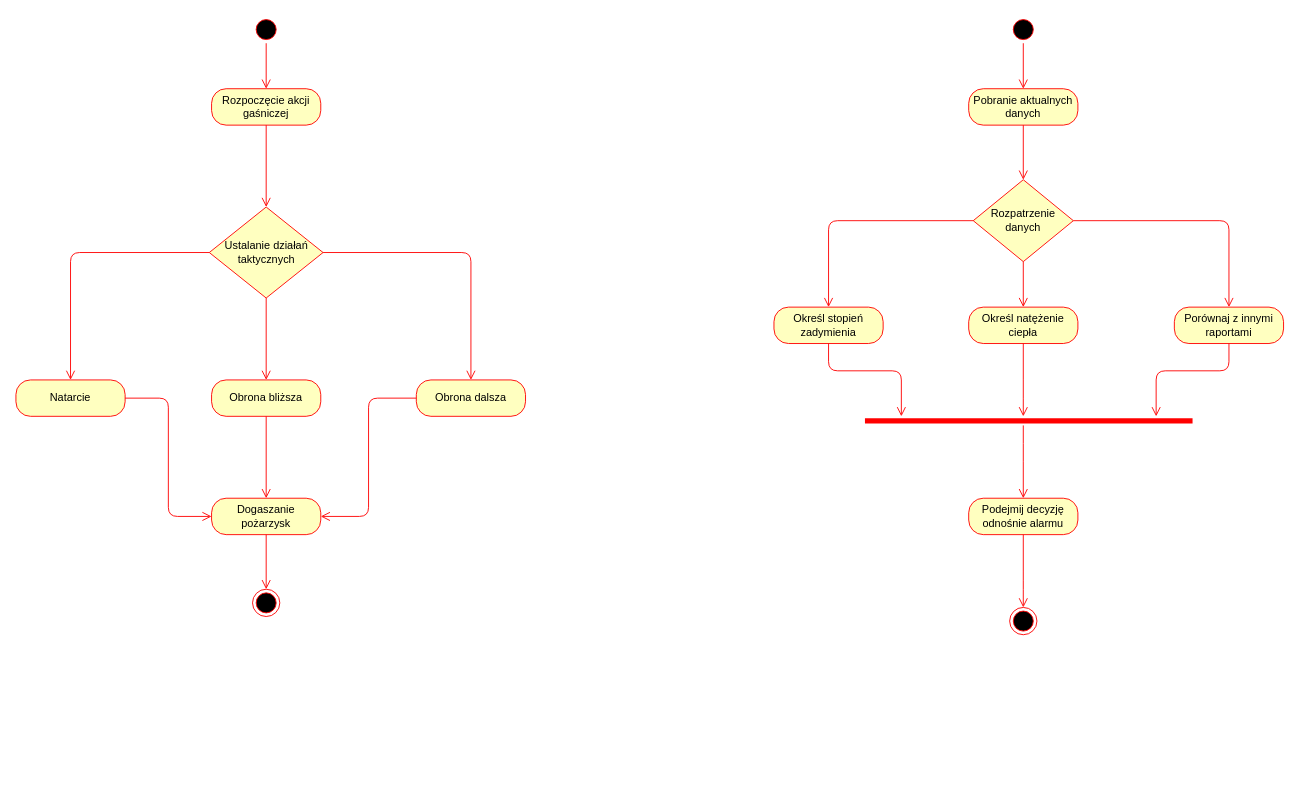
The draw.io diagram page "aktywności" (5 of 5) of uml_pozar_lasu.drawio in broniuu/projekt_inzynieria, before the edit. Source tidied: cells renumbered, new cells numbered last; positions are measured from the earlier drawing's top-left corner, leaving out a move shared by most shapes. Both pictures are drawn from the tidied source at 91%, with x=0, y=0 at pixel (15, 15).
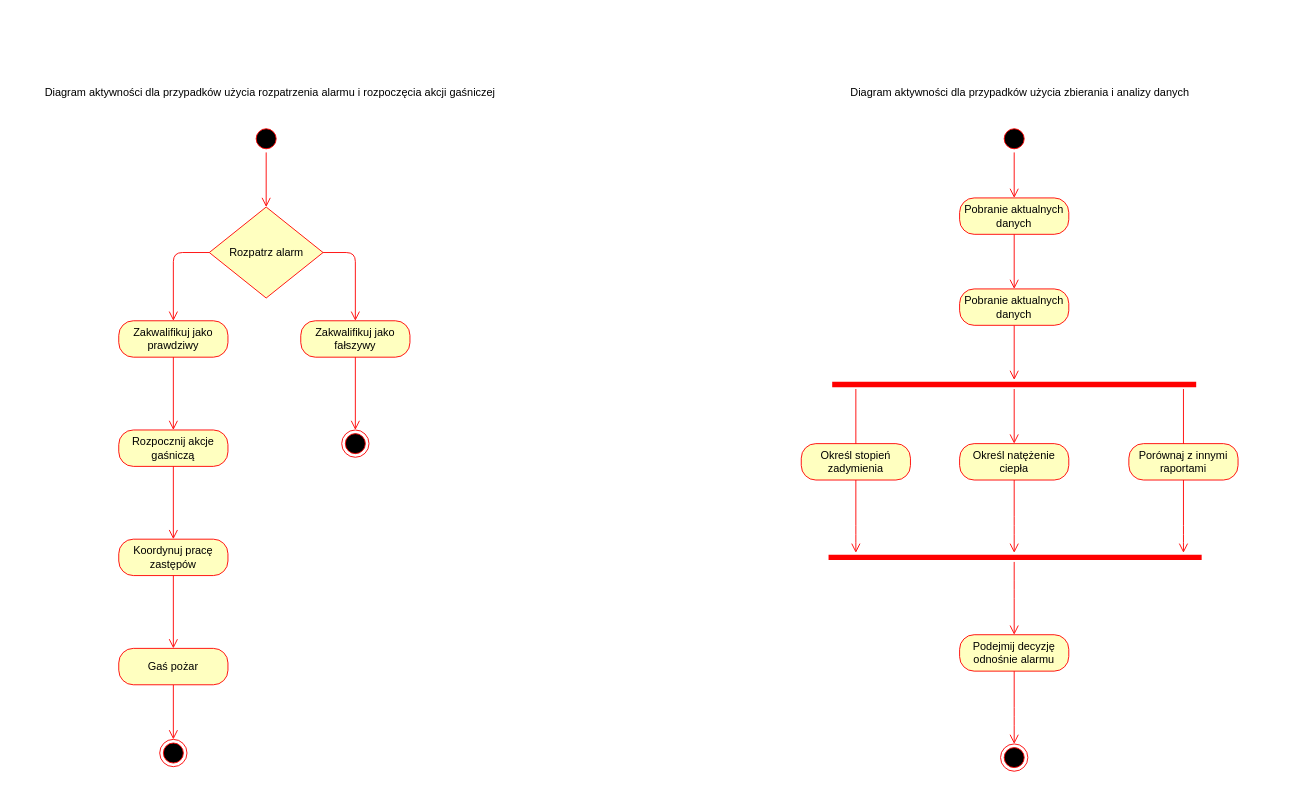
Above is the later version.

Commit message (it also covers changes not shown here):
Poprawa diagramów aktywności

Diff of the diagram source:
```diff
@@
     <mxCell id="2" style="ellipse;html=1;shape=startState;fillColor=#000000;strokeColor=#ff0000;" parent="1" vertex="1">
-      <mxGeometry x="260" width="30" height="30" as="geometry" />
+      <mxGeometry x="260" y="120" width="30" height="30" as="geometry" />
     </mxCell>
-    <mxCell id="3" style="edgeStyle=orthogonalEdgeStyle;html=1;verticalAlign=bottom;endArrow=open;endSize=8;strokeColor=#ff0000;entryX=0.5;entryY=0;entryDx=0;entryDy=0;" parent="1" edge="1" source="2" target="4">
+    <mxCell id="3" style="edgeStyle=orthogonalEdgeStyle;html=1;verticalAlign=bottom;endArrow=open;endSize=8;strokeColor=#ff0000;entryX=0.5;entryY=0;entryDx=0;entryDy=0;" parent="1" edge="1" source="2" target="6">
       <mxGeometry relative="1" as="geometry" />
     </mxCell>
-    <mxCell id="4" value="Rozpoczęcie akcji gaśniczej" style="rounded=1;whiteSpace=wrap;html=1;arcSize=40;fontColor=#000000;fillColor=#ffffc0;strokeColor=#ff0000;" parent="1" vertex="1">
-      <mxGeometry x="215" y="80" width="120" height="40" as="geometry" />
-    </mxCell>
-    <mxCell id="5" style="edgeStyle=orthogonalEdgeStyle;html=1;verticalAlign=bottom;endArrow=open;endSize=8;strokeColor=#ff0000;entryX=0.5;entryY=0;entryDx=0;entryDy=0;" parent="1" edge="1" source="4" target="6">
-      <mxGeometry relative="1" as="geometry" />
-    </mxCell>
-    <mxCell id="6" value="Ustalanie działań taktycznych" style="rhombus;whiteSpace=wrap;html=1;fillColor=#ffffc0;strokeColor=#ff0000;fontColor=#000000;" parent="1" vertex="1">
+    <mxCell id="6" value="Rozpatrz alarm" style="rhombus;whiteSpace=wrap;html=1;fillColor=#ffffc0;strokeColor=#ff0000;fontColor=#000000;" parent="1" vertex="1">
       <mxGeometry x="212.5" y="210" width="125" height="100" as="geometry" />
     </mxCell>
     <mxCell id="7" style="edgeStyle=orthogonalEdgeStyle;html=1;align=left;verticalAlign=bottom;endArrow=open;endSize=8;strokeColor=#ff0000;entryX=0.5;entryY=0;entryDx=0;entryDy=0;exitX=1;exitY=0.5;exitDx=0;exitDy=0;" parent="1" edge="1" source="6" target="15">
       <mxGeometry x="-1" relative="1" as="geometry">
         <Array as="points">
-          <mxPoint x="500" y="260" />
+          <mxPoint x="373" y="260" />
         </Array>
       </mxGeometry>
     </mxCell>
-    <mxCell id="8" style="edgeStyle=orthogonalEdgeStyle;html=1;align=left;verticalAlign=top;endArrow=open;endSize=8;strokeColor=#ff0000;entryX=0.5;entryY=0;entryDx=0;entryDy=0;" parent="1" edge="1" source="6" target="13">
-      <mxGeometry x="-1" relative="1" as="geometry" />
-    </mxCell>
     <mxCell id="9" style="ellipse;html=1;shape=endState;fillColor=#000000;strokeColor=#ff0000;" parent="1" vertex="1">
-      <mxGeometry x="260" y="630" width="30" height="30" as="geometry" />
+      <mxGeometry x="158" y="795" width="30" height="30" as="geometry" />
     </mxCell>
     <mxCell id="10" style="edgeStyle=orthogonalEdgeStyle;html=1;align=left;verticalAlign=top;endArrow=open;endSize=8;strokeColor=#ff0000;exitX=0;exitY=0.5;exitDx=0;exitDy=0;entryX=0.5;entryY=0;entryDx=0;entryDy=0;" parent="1" edge="1" source="6" target="11">
       <mxGeometry x="-1" relative="1" as="geometry">
         <Array as="points">
-          <mxPoint x="60" y="260" />
+          <mxPoint x="173" y="260" />
         </Array>
       </mxGeometry>
     </mxCell>
-    <mxCell id="11" value="Natarcie" style="rounded=1;whiteSpace=wrap;html=1;arcSize=40;fontColor=#000000;fillColor=#ffffc0;strokeColor=#ff0000;" parent="1" vertex="1">
-      <mxGeometry y="400" width="120" height="40" as="geometry" />
+    <mxCell id="11" value="Zakwalifikuj jako prawdziwy" style="rounded=1;whiteSpace=wrap;html=1;arcSize=40;fontColor=#000000;fillColor=#ffffc0;strokeColor=#ff0000;" parent="1" vertex="1">
+      <mxGeometry x="113" y="335" width="120" height="40" as="geometry" />
     </mxCell>
-    <mxCell id="12" style="edgeStyle=orthogonalEdgeStyle;html=1;verticalAlign=bottom;endArrow=open;endSize=8;strokeColor=#ff0000;fontColor=#000000;entryX=0;entryY=0.5;entryDx=0;entryDy=0;" parent="1" edge="1" source="11" target="17">
+    <mxCell id="12" style="edgeStyle=orthogonalEdgeStyle;html=1;verticalAlign=bottom;endArrow=open;endSize=8;strokeColor=#ff0000;fontColor=#000000;entryX=0.5;entryY=0;entryDx=0;entryDy=0;" parent="1" edge="1" source="11" target="17">
       <mxGeometry relative="1" as="geometry" />
     </mxCell>
-    <mxCell id="13" value="Obrona bliższa" style="rounded=1;whiteSpace=wrap;html=1;arcSize=40;fontColor=#000000;fillColor=#ffffc0;strokeColor=#ff0000;" parent="1" vertex="1">
-      <mxGeometry x="215" y="400" width="120" height="40" as="geometry" />
-    </mxCell>
-    <mxCell id="14" style="edgeStyle=orthogonalEdgeStyle;html=1;verticalAlign=bottom;endArrow=open;endSize=8;strokeColor=#ff0000;fontColor=#000000;entryX=0.5;entryY=0;entryDx=0;entryDy=0;" parent="1" edge="1" source="13" target="17">
-      <mxGeometry relative="1" as="geometry" />
-    </mxCell>
-    <mxCell id="15" value="Obrona dalsza" style="rounded=1;whiteSpace=wrap;html=1;arcSize=40;fontColor=#000000;fillColor=#ffffc0;strokeColor=#ff0000;" parent="1" vertex="1">
-      <mxGeometry x="440" y="400" width="120" height="40" as="geometry" />
+    <mxCell id="15" value="Zakwalifikuj jako fałszywy" style="rounded=1;whiteSpace=wrap;html=1;arcSize=40;fontColor=#000000;fillColor=#ffffc0;strokeColor=#ff0000;" parent="1" vertex="1">
+      <mxGeometry x="313" y="335" width="120" height="40" as="geometry" />
     </mxCell>
-    <mxCell id="16" style="edgeStyle=orthogonalEdgeStyle;html=1;verticalAlign=bottom;endArrow=open;endSize=8;strokeColor=#ff0000;entryX=1;entryY=0.5;entryDx=0;entryDy=0;" parent="1" edge="1" source="15" target="17">
-      <mxGeometry relative="1" as="geometry" />
-    </mxCell>
-    <mxCell id="17" value="Dogaszanie pożarzysk" style="rounded=1;whiteSpace=wrap;html=1;arcSize=40;fontColor=#000000;fillColor=#ffffc0;strokeColor=#ff0000;" parent="1" vertex="1">
-      <mxGeometry x="215" y="530" width="120" height="40" as="geometry" />
+    <mxCell id="17" value="Rozpocznij akcje gaśniczą" style="rounded=1;whiteSpace=wrap;html=1;arcSize=40;fontColor=#000000;fillColor=#ffffc0;strokeColor=#ff0000;" parent="1" vertex="1">
+      <mxGeometry x="113" y="455" width="120" height="40" as="geometry" />
     </mxCell>
-    <mxCell id="18" style="edgeStyle=orthogonalEdgeStyle;html=1;verticalAlign=bottom;endArrow=open;endSize=8;strokeColor=#ff0000;entryX=0.5;entryY=0;entryDx=0;entryDy=0;" parent="1" edge="1" source="17" target="9">
+    <mxCell id="18" style="edgeStyle=orthogonalEdgeStyle;html=1;verticalAlign=bottom;endArrow=open;endSize=8;strokeColor=#ff0000;entryX=0.5;entryY=0;entryDx=0;entryDy=0;exitX=0.5;exitY=1;exitDx=0;exitDy=0;" parent="1" edge="1" source="43" target="9">
       <mxGeometry relative="1" as="geometry" />
     </mxCell>
     <mxCell id="19" style="ellipse;html=1;shape=startState;fillColor=#000000;strokeColor=#ff0000;" parent="1" vertex="1">
-      <mxGeometry x="1092" width="30" height="30" as="geometry" />
+      <mxGeometry x="1082" y="120" width="30" height="30" as="geometry" />
     </mxCell>
@@
     <mxCell id="21" style="shape=line;html=1;strokeWidth=6;strokeColor=#ff0000;" parent="1" vertex="1">
-      <mxGeometry x="933" y="440" width="360" height="10" as="geometry" />
+      <mxGeometry x="893" y="590" width="410" height="10" as="geometry" />
     </mxCell>
     <mxCell id="22" value="Pobranie aktualnych danych" style="rounded=1;whiteSpace=wrap;html=1;arcSize=40;fontColor=#000000;fillColor=#ffffc0;strokeColor=#ff0000;" parent="1" vertex="1">
-      <mxGeometry x="1047" y="80" width="120" height="40" as="geometry" />
+      <mxGeometry x="1037" y="200" width="120" height="40" as="geometry" />
     </mxCell>
-    <mxCell id="23" style="edgeStyle=orthogonalEdgeStyle;html=1;verticalAlign=bottom;endArrow=open;endSize=8;strokeColor=#ff0000;entryX=0.5;entryY=0;entryDx=0;entryDy=0;" parent="1" edge="1" source="22" target="24">
+    <mxCell id="23" style="edgeStyle=orthogonalEdgeStyle;html=1;verticalAlign=bottom;endArrow=open;endSize=8;strokeColor=#ff0000;entryX=0.5;entryY=0;entryDx=0;entryDy=0;" parent="1" edge="1" source="22" target="38">
       <mxGeometry relative="1" as="geometry" />
     </mxCell>
-    <mxCell id="24" value="&lt;font color=&quot;#000000&quot;&gt;Rozpatrzenie danych&lt;/font&gt;" style="rhombus;whiteSpace=wrap;html=1;fillColor=#ffffc0;strokeColor=#ff0000;" parent="1" vertex="1">
-      <mxGeometry x="1052" y="180" width="110" height="90" as="geometry" />
-    </mxCell>
-    <mxCell id="25" style="edgeStyle=orthogonalEdgeStyle;html=1;align=left;verticalAlign=bottom;endArrow=open;endSize=8;strokeColor=#ff0000;entryX=0.5;entryY=0;entryDx=0;entryDy=0;" parent="1" edge="1" source="24" target="30">
+    <mxCell id="25" style="edgeStyle=orthogonalEdgeStyle;html=1;align=left;verticalAlign=bottom;endArrow=open;endSize=8;strokeColor=#ff0000;entryX=0.5;entryY=0;entryDx=0;entryDy=0;" parent="1" edge="1" source="39" target="30">
       <mxGeometry x="-1" relative="1" as="geometry">
         <Array as="points">
-          <mxPoint x="1333" y="225" />
-          <mxPoint x="1333" y="320" />
+          <mxPoint x="1283" y="510" />
         </Array>
       </mxGeometry>
     </mxCell>
-    <mxCell id="26" style="edgeStyle=orthogonalEdgeStyle;html=1;align=left;verticalAlign=top;endArrow=open;endSize=8;strokeColor=#ff0000;entryX=0.5;entryY=0;entryDx=0;entryDy=0;" parent="1" edge="1" source="24" target="29">
+    <mxCell id="26" style="edgeStyle=orthogonalEdgeStyle;html=1;align=left;verticalAlign=top;endArrow=open;endSize=8;strokeColor=#ff0000;exitX=0.5;exitY=1;exitDx=0;exitDy=0;" parent="1" edge="1" source="38" target="39">
       <mxGeometry x="-1" relative="1" as="geometry" />
     </mxCell>
-    <mxCell id="27" style="edgeStyle=orthogonalEdgeStyle;html=1;align=left;verticalAlign=bottom;endArrow=open;endSize=8;strokeColor=#ff0000;exitX=0;exitY=0.5;exitDx=0;exitDy=0;entryX=0.5;entryY=0;entryDx=0;entryDy=0;" parent="1" edge="1" source="24" target="28">
+    <mxCell id="27" style="edgeStyle=orthogonalEdgeStyle;html=1;align=left;verticalAlign=bottom;endArrow=open;endSize=8;strokeColor=#ff0000;entryX=0.5;entryY=0;entryDx=0;entryDy=0;" parent="1" edge="1" source="39" target="28">
       <mxGeometry x="-1" relative="1" as="geometry">
         <Array as="points">
-          <mxPoint x="893" y="225" />
+          <mxPoint x="923" y="510" />
         </Array>
       </mxGeometry>
     </mxCell>
     <mxCell id="28" value="Określ stopień zadymienia" style="rounded=1;whiteSpace=wrap;html=1;arcSize=40;fontColor=#000000;fillColor=#ffffc0;strokeColor=#ff0000;" parent="1" vertex="1">
-      <mxGeometry x="833" y="320" width="120" height="40" as="geometry" />
+      <mxGeometry x="863" y="470" width="120" height="40" as="geometry" />
     </mxCell>
     <mxCell id="29" value="Określ natężenie ciepła" style="rounded=1;whiteSpace=wrap;html=1;arcSize=40;fontColor=#000000;fillColor=#ffffc0;strokeColor=#ff0000;" parent="1" vertex="1">
-      <mxGeometry x="1047" y="320" width="120" height="40" as="geometry" />
+      <mxGeometry x="1037" y="470" width="120" height="40" as="geometry" />
     </mxCell>
     <mxCell id="30" value="Porównaj z innymi raportami" style="rounded=1;whiteSpace=wrap;html=1;arcSize=40;fontColor=#000000;fillColor=#ffffc0;strokeColor=#ff0000;" parent="1" vertex="1">
-      <mxGeometry x="1273" y="320" width="120" height="40" as="geometry" />
+      <mxGeometry x="1223" y="470" width="120" height="40" as="geometry" />
     </mxCell>
     <mxCell id="31" style="edgeStyle=orthogonalEdgeStyle;html=1;align=left;verticalAlign=top;endArrow=open;endSize=8;strokeColor=#ff0000;entryX=0.5;entryY=0;entryDx=0;entryDy=0;" parent="1" edge="1" source="21" target="36">
       <mxGeometry x="-1" relative="1" as="geometry">
         <Array as="points">
-          <mxPoint x="1107" y="480" />
-          <mxPoint x="1107" y="480" />
+          <mxPoint x="1097" y="630" />
+          <mxPoint x="1097" y="630" />
         </Array>
       </mxGeometry>
     </mxCell>
     <mxCell id="32" style="ellipse;html=1;shape=endState;fillColor=#000000;strokeColor=#ff0000;" parent="1" vertex="1">
-      <mxGeometry x="1092" y="650" width="30" height="30" as="geometry" />
+      <mxGeometry x="1082" y="800" width="30" height="30" as="geometry" />
     </mxCell>
     <mxCell id="33" style="edgeStyle=orthogonalEdgeStyle;html=1;align=left;verticalAlign=top;endArrow=open;endSize=8;strokeColor=#ff0000;exitX=0.5;exitY=1;exitDx=0;exitDy=0;" parent="1" edge="1" source="29" target="21">
       <mxGeometry x="-1" relative="1" as="geometry">
         <Array as="points">
-          <mxPoint x="1107" y="410" />
-          <mxPoint x="1107" y="410" />
+          <mxPoint x="1097" y="560" />
+          <mxPoint x="1097" y="560" />
         </Array>
       </mxGeometry>
     </mxCell>
     <mxCell id="34" style="edgeStyle=orthogonalEdgeStyle;html=1;align=left;verticalAlign=top;endArrow=open;endSize=8;strokeColor=#ff0000;exitX=0.5;exitY=1;exitDx=0;exitDy=0;" parent="1" edge="1" source="30" target="21">
       <mxGeometry x="-1" relative="1" as="geometry">
         <Array as="points">
-          <mxPoint x="1333" y="390" />
-          <mxPoint x="1253" y="390" />
+          <mxPoint x="1283" y="570" />
+          <mxPoint x="1283" y="570" />
         </Array>
       </mxGeometry>
     </mxCell>
     <mxCell id="35" style="edgeStyle=orthogonalEdgeStyle;html=1;align=left;verticalAlign=top;endArrow=open;endSize=8;strokeColor=#ff0000;exitX=0.5;exitY=1;exitDx=0;exitDy=0;" parent="1" edge="1" source="28" target="21">
       <mxGeometry x="-1" relative="1" as="geometry">
         <Array as="points">
-          <mxPoint x="893" y="390" />
-          <mxPoint x="973" y="390" />
+          <mxPoint x="923" y="570" />
+          <mxPoint x="923" y="570" />
         </Array>
       </mxGeometry>
     </mxCell>
     <mxCell id="36" value="Podejmij decyzję odnośnie alarmu" style="rounded=1;whiteSpace=wrap;html=1;arcSize=40;fontColor=#000000;fillColor=#ffffc0;strokeColor=#ff0000;" parent="1" vertex="1">
-      <mxGeometry x="1047" y="530" width="120" height="40" as="geometry" />
+      <mxGeometry x="1037" y="680" width="120" height="40" as="geometry" />
     </mxCell>
     <mxCell id="37" style="edgeStyle=orthogonalEdgeStyle;html=1;align=left;verticalAlign=top;endArrow=open;endSize=8;strokeColor=#ff0000;entryX=0.5;entryY=0;entryDx=0;entryDy=0;exitX=0.5;exitY=1;exitDx=0;exitDy=0;" parent="1" edge="1" source="36" target="32">
       <mxGeometry x="-1" relative="1" as="geometry">
         <Array as="points">
-          <mxPoint x="1107" y="620" />
-          <mxPoint x="1107" y="620" />
+          <mxPoint x="1097" y="770" />
+          <mxPoint x="1097" y="770" />
         </Array>
       </mxGeometry>
     </mxCell>
+    <mxCell id="38" value="Pobranie aktualnych danych" style="rounded=1;whiteSpace=wrap;html=1;arcSize=40;fontColor=#000000;fillColor=#ffffc0;strokeColor=#ff0000;" parent="1" vertex="1">
+      <mxGeometry x="1037" y="300" width="120" height="40" as="geometry" />
+    </mxCell>
+    <mxCell id="39" style="shape=line;html=1;strokeWidth=6;strokeColor=#ff0000;" parent="1" vertex="1">
+      <mxGeometry x="897" y="400" width="400" height="10" as="geometry" />
+    </mxCell>
+    <mxCell id="40" style="edgeStyle=orthogonalEdgeStyle;html=1;verticalAlign=bottom;endArrow=open;endSize=8;strokeColor=#ff0000;entryX=0.5;entryY=0;entryDx=0;entryDy=0;" parent="1" edge="1" source="39" target="29">
+      <mxGeometry relative="1" as="geometry" />
+    </mxCell>
+    <mxCell id="41" value="Koordynuj pracę zastępów" style="rounded=1;whiteSpace=wrap;html=1;arcSize=40;fontColor=#000000;fillColor=#ffffc0;strokeColor=#ff0000;" parent="1" vertex="1">
+      <mxGeometry x="113" y="575" width="120" height="40" as="geometry" />
+    </mxCell>
+    <mxCell id="42" style="edgeStyle=orthogonalEdgeStyle;html=1;verticalAlign=bottom;endArrow=open;endSize=8;strokeColor=#ff0000;fontColor=#000000;entryX=0.5;entryY=0;entryDx=0;entryDy=0;exitX=0.5;exitY=1;exitDx=0;exitDy=0;" parent="1" edge="1" source="17" target="41">
+      <mxGeometry relative="1" as="geometry" />
+    </mxCell>
+    <mxCell id="43" value="Gaś pożar" style="rounded=1;whiteSpace=wrap;html=1;arcSize=40;fontColor=#000000;fillColor=#ffffc0;strokeColor=#ff0000;" parent="1" vertex="1">
+      <mxGeometry x="113" y="695" width="120" height="40" as="geometry" />
+    </mxCell>
+    <mxCell id="44" style="edgeStyle=orthogonalEdgeStyle;html=1;verticalAlign=bottom;endArrow=open;endSize=8;strokeColor=#ff0000;fontColor=#000000;entryX=0.5;entryY=0;entryDx=0;entryDy=0;exitX=0.5;exitY=1;exitDx=0;exitDy=0;" parent="1" edge="1" source="41" target="43">
+      <mxGeometry relative="1" as="geometry" />
+    </mxCell>
+    <mxCell id="45" style="ellipse;html=1;shape=endState;fillColor=#000000;strokeColor=#ff0000;" parent="1" vertex="1">
+      <mxGeometry x="358" y="455" width="30" height="30" as="geometry" />
+    </mxCell>
+    <mxCell id="46" style="edgeStyle=orthogonalEdgeStyle;html=1;verticalAlign=bottom;endArrow=open;endSize=8;strokeColor=#ff0000;entryX=0.5;entryY=0;entryDx=0;entryDy=0;exitX=0.5;exitY=1;exitDx=0;exitDy=0;" parent="1" edge="1" source="15" target="45">
+      <mxGeometry relative="1" as="geometry" />
+    </mxCell>
+    <mxCell id="47" value="Diagram aktywności dla przypadków użycia rozpatrzenia alarmu i rozpoczęcia akcji gaśniczej" style="text;html=1;strokeColor=none;fillColor=none;align=center;verticalAlign=middle;whiteSpace=wrap;rounded=0;" parent="1" vertex="1">
+      <mxGeometry x="23" y="70" width="513" height="30" as="geometry" />
+    </mxCell>
+    <mxCell id="48" value="Diagram aktywności dla przypadków użycia zbierania i analizy danych" style="text;html=1;strokeColor=none;fillColor=none;align=center;verticalAlign=middle;whiteSpace=wrap;rounded=0;" parent="1" vertex="1">
+      <mxGeometry x="846.5" y="70" width="513" height="30" as="geometry" />
+    </mxCell>
```
